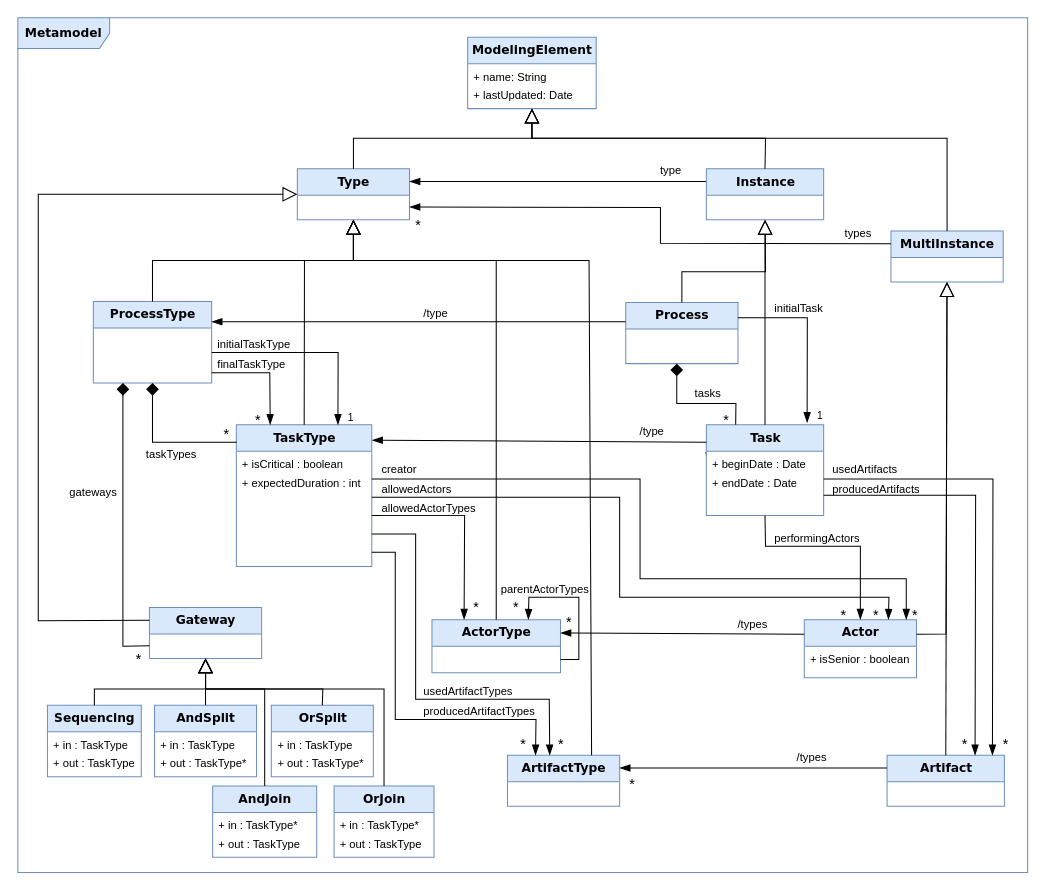
Before: Figures/Metamodel.drawio in labsticc-p4s/multi-process-challenge, a draw.io diagram. Source tidied: cells renumbered, new cells numbered last; positions are measured from the earlier drawing's top-left corner, leaving out a move shared by most shapes. Both pictures are drawn from the tidied source at 102%, with x=0, y=0 at pixel (17, 17).
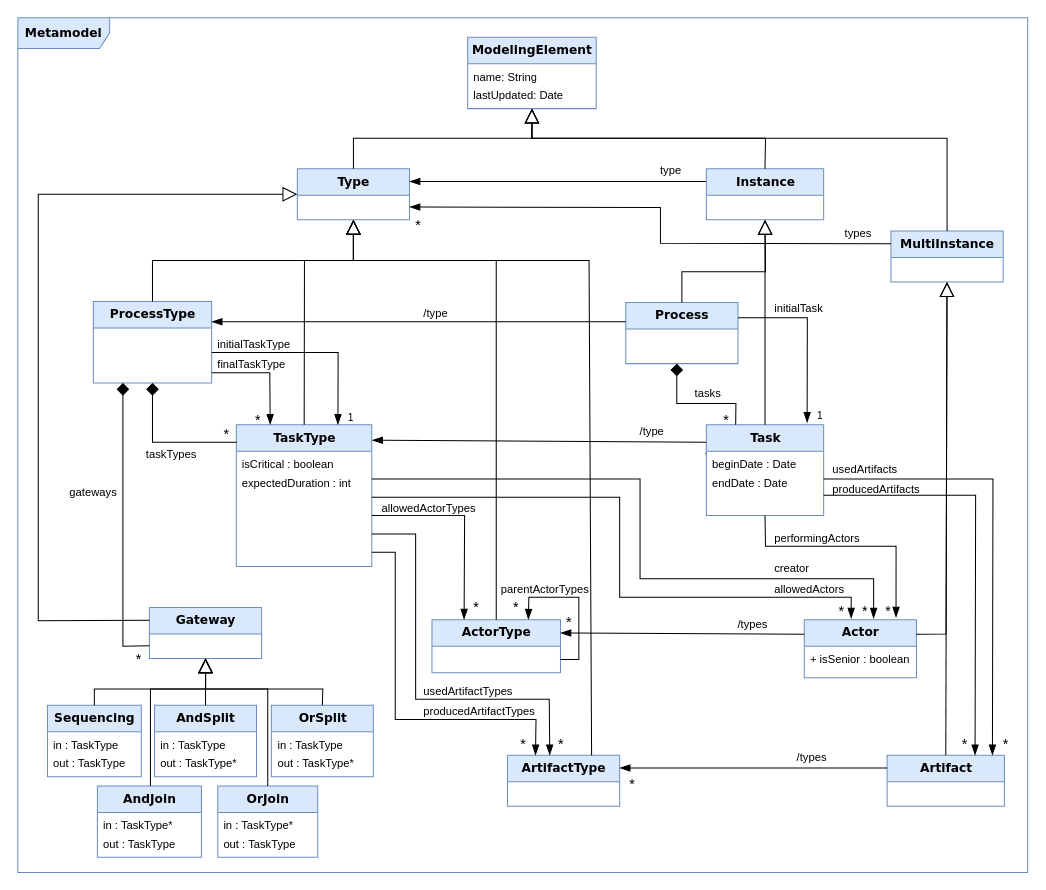
After the change.

Commit message (it also covers changes not shown here):
des retouches graphiques

Unchanged cells that the change refers to:
```xml
<mxCell id="12" value="&lt;font style=&quot;font-size: 12px&quot;&gt;&lt;b&gt;ModelingElement&lt;/b&gt;&lt;/font&gt;" style="swimlane;html=1;fontStyle=0;horizontal=1;startSize=26;fillColor=#dae8fc;swimlaneFillColor=#ffffff;rounded=0;shadow=0;comic=0;labelBackgroundColor=none;strokeWidth=1;fontFamily=Verdana;fontSize=10;align=center;strokeColor=#6c8ebf;" parent="1" vertex="1">
  <mxGeometry x="441" y="19" width="126" height="70" as="geometry" />
</mxCell>
<mxCell id="27" value="&lt;font style=&quot;font-size: 12px&quot;&gt;&lt;b&gt;TaskType&lt;/b&gt;&lt;/font&gt;" style="swimlane;html=1;fontStyle=0;horizontal=1;startSize=26;fillColor=#dae8fc;swimlaneFillColor=#ffffff;rounded=0;shadow=0;comic=0;labelBackgroundColor=none;strokeWidth=1;fontFamily=Verdana;fontSize=10;align=center;strokeColor=#6c8ebf;" parent="1" vertex="1">
  <mxGeometry x="214.2" y="399" width="132.8" height="139" as="geometry" />
</mxCell>
<mxCell id="31" value="&lt;font style=&quot;font-size: 12px&quot;&gt;&lt;b&gt;Gateway&lt;/b&gt;&lt;/font&gt;" style="swimlane;html=1;fontStyle=0;horizontal=1;startSize=26;fillColor=#dae8fc;swimlaneFillColor=#ffffff;rounded=0;shadow=0;comic=0;labelBackgroundColor=none;strokeWidth=1;fontFamily=Verdana;fontSize=10;align=center;strokeColor=#6c8ebf;" parent="1" vertex="1">
  <mxGeometry x="129" y="578" width="110" height="50" as="geometry" />
</mxCell>
<mxCell id="43" value="&lt;font style=&quot;font-size: 12px&quot;&gt;&lt;b&gt;Task&lt;/b&gt;&lt;/font&gt;" style="swimlane;html=1;fontStyle=0;horizontal=1;startSize=26;fillColor=#dae8fc;swimlaneFillColor=#ffffff;rounded=0;shadow=0;comic=0;labelBackgroundColor=none;strokeWidth=1;fontFamily=Verdana;fontSize=10;align=center;strokeColor=#6c8ebf;" parent="1" vertex="1">
  <mxGeometry x="675" y="399" width="115" height="89" as="geometry" />
</mxCell>
<mxCell id="50" value="&lt;font style=&quot;font-size: 12px&quot;&gt;&lt;b&gt;Actor&lt;/b&gt;&lt;/font&gt;" style="swimlane;html=1;fontStyle=0;horizontal=1;startSize=26;fillColor=#dae8fc;swimlaneFillColor=#ffffff;rounded=0;shadow=0;comic=0;labelBackgroundColor=none;strokeWidth=1;fontFamily=Verdana;fontSize=10;align=center;strokeColor=#6c8ebf;" parent="1" vertex="1">
  <mxGeometry x="771" y="590" width="110" height="57" as="geometry" />
</mxCell>
<mxCell id="61" value="&lt;font style=&quot;font-size: 12px&quot;&gt;&lt;b&gt;Sequencing&lt;/b&gt;&lt;/font&gt;" style="swimlane;html=1;fontStyle=0;horizontal=1;startSize=26;fillColor=#dae8fc;swimlaneFillColor=#ffffff;rounded=0;shadow=0;comic=0;labelBackgroundColor=none;strokeWidth=1;fontFamily=Verdana;fontSize=10;align=center;strokeColor=#6c8ebf;" parent="1" vertex="1">
  <mxGeometry x="29" y="674" width="92" height="70" as="geometry" />
</mxCell>
<mxCell id="64" value="&lt;font style=&quot;font-size: 12px&quot;&gt;&lt;b&gt;AndSplit&lt;/b&gt;&lt;/font&gt;" style="swimlane;html=1;fontStyle=0;horizontal=1;startSize=26;fillColor=#dae8fc;swimlaneFillColor=#ffffff;rounded=0;shadow=0;comic=0;labelBackgroundColor=none;strokeWidth=1;fontFamily=Verdana;fontSize=10;align=center;strokeColor=#6c8ebf;" parent="1" vertex="1">
  <mxGeometry x="134" y="674" width="100" height="70" as="geometry" />
</mxCell>
<mxCell id="67" value="&lt;font style=&quot;font-size: 12px&quot;&gt;&lt;b&gt;OrSplit&lt;/b&gt;&lt;/font&gt;" style="swimlane;html=1;fontStyle=0;horizontal=1;startSize=26;fillColor=#dae8fc;swimlaneFillColor=#ffffff;rounded=0;shadow=0;comic=0;labelBackgroundColor=none;strokeWidth=1;fontFamily=Verdana;fontSize=10;align=center;strokeColor=#6c8ebf;" parent="1" vertex="1">
  <mxGeometry x="248.5" y="674" width="100" height="70" as="geometry" />
</mxCell>
```

The edit, as a diff of the source:
```diff
@@
     <mxCell id="3" value="&lt;font style=&quot;font-size: 14px&quot;&gt;*&lt;/font&gt;" style="edgeLabel;html=1;align=left;verticalAlign=bottom;" parent="1" vertex="1">
-      <mxGeometry x="801" y="611" as="geometry">
+      <mxGeometry x="799" y="607" as="geometry">
         <mxPoint x="4" y="-15" as="offset" />
       </mxGeometry>
     </mxCell>
     <mxCell id="4" value="&lt;font style=&quot;font-size: 14px&quot;&gt;*&lt;/font&gt;" style="edgeLabel;html=1;align=left;verticalAlign=bottom;" parent="1" vertex="1">
-      <mxGeometry x="833.2" y="611" as="geometry">
-        <mxPoint x="4" y="-15" as="offset" />
+      <mxGeometry x="756.2" y="685" as="geometry">
+        <mxPoint x="70" y="-93" as="offset" />
       </mxGeometry>
     </mxCell>
     <mxCell id="5" value="&lt;font style=&quot;font-size: 14px&quot;&gt;*&lt;/font&gt;" style="edgeLabel;html=1;align=left;verticalAlign=bottom;" parent="1" vertex="1">
-      <mxGeometry x="871" y="611" as="geometry">
+      <mxGeometry x="845" y="607" as="geometry">
         <mxPoint x="4" y="-15" as="offset" />
       </mxGeometry>
     </mxCell>
@@
-    <mxCell id="13" value="+ name: String" style="text;html=1;strokeColor=none;fillColor=none;align=left;verticalAlign=top;spacingLeft=4;spacingRight=4;whiteSpace=wrap;overflow=hidden;fontSize=11;" parent="12" vertex="1">
+    <mxCell id="13" value="name: String" style="text;html=1;strokeColor=none;fillColor=none;align=left;verticalAlign=top;spacingLeft=4;spacingRight=4;whiteSpace=wrap;overflow=hidden;fontSize=11;" parent="12" vertex="1">
       <mxGeometry y="26" width="126" height="18" as="geometry" />
     </mxCell>
-    <mxCell id="14" value="+ lastUpdated: Date" style="text;html=1;strokeColor=none;fillColor=none;align=left;verticalAlign=top;spacingLeft=4;spacingRight=4;whiteSpace=wrap;overflow=hidden;fontSize=11;" parent="12" vertex="1">
+    <mxCell id="14" value="lastUpdated: Date" style="text;html=1;strokeColor=none;fillColor=none;align=left;verticalAlign=top;spacingLeft=4;spacingRight=4;whiteSpace=wrap;overflow=hidden;fontSize=11;" parent="12" vertex="1">
       <mxGeometry y="44" width="126" height="18" as="geometry" />
     </mxCell>
@@
-    <mxCell id="28" value="+ isCritical : boolean" style="text;html=1;strokeColor=none;fillColor=none;align=left;verticalAlign=top;spacingLeft=4;spacingRight=4;whiteSpace=wrap;overflow=hidden;fontSize=11;" parent="27" vertex="1">
+    <mxCell id="28" value="isCritical : boolean" style="text;html=1;strokeColor=none;fillColor=none;align=left;verticalAlign=top;spacingLeft=4;spacingRight=4;whiteSpace=wrap;overflow=hidden;fontSize=11;" parent="27" vertex="1">
       <mxGeometry y="26" width="132.8" height="18" as="geometry" />
     </mxCell>
-    <mxCell id="29" value="+ expectedDuration : int" style="text;html=1;strokeColor=none;fillColor=none;align=left;verticalAlign=top;spacingLeft=4;spacingRight=4;whiteSpace=wrap;overflow=hidden;fontSize=11;" parent="27" vertex="1">
+    <mxCell id="29" value="expectedDuration : int" style="text;html=1;strokeColor=none;fillColor=none;align=left;verticalAlign=top;spacingLeft=4;spacingRight=4;whiteSpace=wrap;overflow=hidden;fontSize=11;" parent="27" vertex="1">
       <mxGeometry y="44" width="132.8" height="18" as="geometry" />
     </mxCell>
@@
-    <mxCell id="44" value="+ beginDate : Date" style="text;html=1;strokeColor=none;fillColor=none;align=left;verticalAlign=top;spacingLeft=4;spacingRight=4;whiteSpace=wrap;overflow=hidden;fontSize=11;" parent="43" vertex="1">
+    <mxCell id="44" value="beginDate : Date" style="text;html=1;strokeColor=none;fillColor=none;align=left;verticalAlign=top;spacingLeft=4;spacingRight=4;whiteSpace=wrap;overflow=hidden;fontSize=11;" parent="43" vertex="1">
       <mxGeometry y="26" width="115" height="18" as="geometry" />
     </mxCell>
-    <mxCell id="45" value="+ endDate : Date" style="text;html=1;strokeColor=none;fillColor=none;align=left;verticalAlign=top;spacingLeft=4;spacingRight=4;whiteSpace=wrap;overflow=hidden;points=[[0,0.5],[1,0.5]];portConstraint=eastwest;fontSize=11;" parent="43" vertex="1">
+    <mxCell id="45" value="endDate : Date" style="text;html=1;strokeColor=none;fillColor=none;align=left;verticalAlign=top;spacingLeft=4;spacingRight=4;whiteSpace=wrap;overflow=hidden;points=[[0,0.5],[1,0.5]];portConstraint=eastwest;fontSize=11;" parent="43" vertex="1">
       <mxGeometry y="44" width="115" height="18" as="geometry" />
     </mxCell>
@@
-    <mxCell id="62" value="&lt;div&gt;+ in : TaskType&lt;/div&gt;" style="text;html=1;strokeColor=none;fillColor=none;align=left;verticalAlign=top;spacingLeft=4;spacingRight=4;whiteSpace=wrap;overflow=hidden;fontSize=11;" parent="61" vertex="1">
+    <mxCell id="62" value="&lt;div&gt;in : TaskType&lt;/div&gt;" style="text;html=1;strokeColor=none;fillColor=none;align=left;verticalAlign=top;spacingLeft=4;spacingRight=4;whiteSpace=wrap;overflow=hidden;fontSize=11;" parent="61" vertex="1">
       <mxGeometry y="26" width="92" height="18" as="geometry" />
     </mxCell>
-    <mxCell id="63" value="+ out : TaskType" style="text;html=1;strokeColor=none;fillColor=none;align=left;verticalAlign=top;spacingLeft=4;spacingRight=4;whiteSpace=wrap;overflow=hidden;fontSize=11;" parent="61" vertex="1">
+    <mxCell id="63" value="out : TaskType" style="text;html=1;strokeColor=none;fillColor=none;align=left;verticalAlign=top;spacingLeft=4;spacingRight=4;whiteSpace=wrap;overflow=hidden;fontSize=11;" parent="61" vertex="1">
       <mxGeometry y="44" width="92" height="18" as="geometry" />
     </mxCell>
@@
-    <mxCell id="65" value="+ in : TaskType" style="text;html=1;strokeColor=none;fillColor=none;align=left;verticalAlign=top;spacingLeft=4;spacingRight=4;whiteSpace=wrap;overflow=hidden;fontSize=11;" parent="64" vertex="1">
+    <mxCell id="65" value="in : TaskType" style="text;html=1;strokeColor=none;fillColor=none;align=left;verticalAlign=top;spacingLeft=4;spacingRight=4;whiteSpace=wrap;overflow=hidden;fontSize=11;" parent="64" vertex="1">
       <mxGeometry y="26" width="100" height="18" as="geometry" />
     </mxCell>
-    <mxCell id="66" value="+ out : TaskType*" style="text;html=1;strokeColor=none;fillColor=none;align=left;verticalAlign=top;spacingLeft=4;spacingRight=4;whiteSpace=wrap;overflow=hidden;fontSize=11;" parent="64" vertex="1">
+    <mxCell id="66" value="out : TaskType*" style="text;html=1;strokeColor=none;fillColor=none;align=left;verticalAlign=top;spacingLeft=4;spacingRight=4;whiteSpace=wrap;overflow=hidden;fontSize=11;" parent="64" vertex="1">
       <mxGeometry y="44" width="100" height="18" as="geometry" />
     </mxCell>
@@
-    <mxCell id="68" value="+ in : TaskType" style="text;html=1;strokeColor=none;fillColor=none;align=left;verticalAlign=top;spacingLeft=4;spacingRight=4;whiteSpace=wrap;overflow=hidden;fontSize=11;" parent="67" vertex="1">
+    <mxCell id="68" value="in : TaskType" style="text;html=1;strokeColor=none;fillColor=none;align=left;verticalAlign=top;spacingLeft=4;spacingRight=4;whiteSpace=wrap;overflow=hidden;fontSize=11;" parent="67" vertex="1">
       <mxGeometry y="26" width="100" height="18" as="geometry" />
     </mxCell>
-    <mxCell id="69" value="+ out : TaskType*" style="text;html=1;strokeColor=none;fillColor=none;align=left;verticalAlign=top;spacingLeft=4;spacingRight=4;whiteSpace=wrap;overflow=hidden;fontSize=11;" parent="67" vertex="1">
+    <mxCell id="69" value="out : TaskType*" style="text;html=1;strokeColor=none;fillColor=none;align=left;verticalAlign=top;spacingLeft=4;spacingRight=4;whiteSpace=wrap;overflow=hidden;fontSize=11;" parent="67" vertex="1">
       <mxGeometry y="44" width="100" height="18" as="geometry" />
     </mxCell>
     <mxCell id="70" value="&lt;font style=&quot;font-size: 12px&quot;&gt;&lt;b&gt;AndJoin&lt;/b&gt;&lt;/font&gt;" style="swimlane;html=1;fontStyle=0;horizontal=1;startSize=26;fillColor=#dae8fc;swimlaneFillColor=#ffffff;rounded=0;shadow=0;comic=0;labelBackgroundColor=none;strokeWidth=1;fontFamily=Verdana;fontSize=10;align=center;strokeColor=#6c8ebf;" parent="1" vertex="1">
-      <mxGeometry x="191" y="753" width="102" height="70" as="geometry" />
+      <mxGeometry x="78" y="753" width="102" height="70" as="geometry" />
     </mxCell>
-    <mxCell id="71" value="+ in : TaskType*" style="text;html=1;strokeColor=none;fillColor=none;align=left;verticalAlign=top;spacingLeft=4;spacingRight=4;whiteSpace=wrap;overflow=hidden;fontSize=11;" parent="70" vertex="1">
+    <mxCell id="71" value="in : TaskType*" style="text;html=1;strokeColor=none;fillColor=none;align=left;verticalAlign=top;spacingLeft=4;spacingRight=4;whiteSpace=wrap;overflow=hidden;fontSize=11;" parent="70" vertex="1">
       <mxGeometry y="26" width="102" height="18" as="geometry" />
     </mxCell>
-    <mxCell id="72" value="&lt;div&gt;+ out : TaskType&lt;/div&gt;&lt;div&gt;&lt;br&gt;&lt;/div&gt;" style="text;html=1;strokeColor=none;fillColor=none;align=left;verticalAlign=top;spacingLeft=4;spacingRight=4;whiteSpace=wrap;overflow=hidden;fontSize=11;" parent="70" vertex="1">
+    <mxCell id="72" value="&lt;div&gt;out : TaskType&lt;/div&gt;&lt;div&gt;&lt;br&gt;&lt;/div&gt;" style="text;html=1;strokeColor=none;fillColor=none;align=left;verticalAlign=top;spacingLeft=4;spacingRight=4;whiteSpace=wrap;overflow=hidden;fontSize=11;" parent="70" vertex="1">
       <mxGeometry y="44" width="102" height="18" as="geometry" />
     </mxCell>
     <mxCell id="73" value="&lt;font style=&quot;font-size: 12px&quot;&gt;&lt;b&gt;OrJoin&lt;/b&gt;&lt;/font&gt;" style="swimlane;html=1;fontStyle=0;horizontal=1;startSize=26;fillColor=#dae8fc;swimlaneFillColor=#ffffff;rounded=0;shadow=0;comic=0;labelBackgroundColor=none;strokeWidth=1;fontFamily=Verdana;fontSize=10;align=center;strokeColor=#6c8ebf;" parent="1" vertex="1">
-      <mxGeometry x="310" y="753" width="98" height="70" as="geometry" />
+      <mxGeometry x="196" y="753" width="98" height="70" as="geometry" />
     </mxCell>
-    <mxCell id="74" value="+ in : TaskType*" style="text;html=1;strokeColor=none;fillColor=none;align=left;verticalAlign=top;spacingLeft=4;spacingRight=4;whiteSpace=wrap;overflow=hidden;fontSize=11;" parent="73" vertex="1">
+    <mxCell id="74" value="in : TaskType*" style="text;html=1;strokeColor=none;fillColor=none;align=left;verticalAlign=top;spacingLeft=4;spacingRight=4;whiteSpace=wrap;overflow=hidden;fontSize=11;" parent="73" vertex="1">
       <mxGeometry y="26" width="98" height="18" as="geometry" />
     </mxCell>
-    <mxCell id="75" value="&lt;div&gt;+ out : TaskType&lt;/div&gt;&lt;div&gt;&lt;br&gt;&lt;/div&gt;" style="text;html=1;strokeColor=none;fillColor=none;align=left;verticalAlign=top;spacingLeft=4;spacingRight=4;whiteSpace=wrap;overflow=hidden;fontSize=11;" parent="73" vertex="1">
+    <mxCell id="75" value="&lt;div&gt;out : TaskType&lt;/div&gt;&lt;div&gt;&lt;br&gt;&lt;/div&gt;" style="text;html=1;strokeColor=none;fillColor=none;align=left;verticalAlign=top;spacingLeft=4;spacingRight=4;whiteSpace=wrap;overflow=hidden;fontSize=11;" parent="73" vertex="1">
       <mxGeometry y="44" width="98" height="18" as="geometry" />
     </mxCell>
@@
-    <mxCell id="79" style="endArrow=block;endSize=12;endFill=0;html=1;rounded=0;" parent="1" edge="1" source="70" target="31">
+    <mxCell id="79" style="endArrow=block;endSize=12;endFill=0;html=1;rounded=0;" parent="1" edge="1">
       <mxGeometry relative="1" as="geometry">
+        <mxPoint x="130" y="753" as="sourcePoint" />
+        <mxPoint x="184" y="628" as="targetPoint" />
         <Array as="points">
-          <mxPoint x="242" y="658" />
+          <mxPoint x="130" y="658" />
           <mxPoint x="184" y="658" />
         </Array>
       </mxGeometry>
     </mxCell>
     <mxCell id="80" style="endArrow=block;endSize=12;endFill=0;html=1;rounded=0;exitX=0.5;exitY=0;exitDx=0;exitDy=0;" parent="1" edge="1" source="73" target="31">
       <mxGeometry relative="1" as="geometry">
         <Array as="points">
-          <mxPoint x="359" y="658" />
-          <mxPoint x="327" y="658" />
+          <mxPoint x="245" y="658" />
           <mxPoint x="184" y="658" />
         </Array>
       </mxGeometry>
     </mxCell>
-    <mxCell id="81" style="edgeStyle=none;rounded=0;jettySize=auto;html=1;exitX=1;exitY=0.5;exitDx=0;exitDy=0;endArrow=blockThin;endFill=1;endSize=8;entryX=0.909;entryY=0;entryDx=0;entryDy=0;entryPerimeter=0;" parent="1" edge="1" target="50">
+    <mxCell id="81" style="edgeStyle=none;rounded=0;orthogonalLoop=1;jettySize=auto;html=1;exitX=1;exitY=0.5;exitDx=0;exitDy=0;endArrow=blockThin;endFill=1;endSize=8;" parent="1" edge="1">
       <mxGeometry relative="1" as="geometry">
         <mxPoint x="347" y="452" as="sourcePoint" />
+        <mxPoint x="839" y="589" as="targetPoint" />
         <Array as="points">
           <mxPoint x="610" y="452" />
           <mxPoint x="610" y="550" />
-          <mxPoint x="871" y="550" />
+          <mxPoint x="839" y="550" />
         </Array>
       </mxGeometry>
     </mxCell>
@@
-    <mxCell id="86" style="edgeStyle=none;rounded=0;jettySize=auto;html=1;endArrow=blockThin;endFill=1;endSize=8;entryX=0.75;entryY=0;entryDx=0;entryDy=0;" parent="1" edge="1" target="50">
+    <mxCell id="86" style="edgeStyle=none;rounded=0;jettySize=auto;html=1;endArrow=blockThin;endFill=1;endSize=8;entryX=0.418;entryY=-0.018;entryDx=0;entryDy=0;entryPerimeter=0;" parent="1" edge="1" target="50">
       <mxGeometry relative="1" as="geometry">
         <mxPoint x="347" y="470" as="sourcePoint" />
         <Array as="points">
           <mxPoint x="590" y="470" />
           <mxPoint x="590" y="568" />
-          <mxPoint x="854" y="568" />
+          <mxPoint x="817" y="568" />
         </Array>
       </mxGeometry>
     </mxCell>
@@
-    <mxCell id="89" style="edgeStyle=none;rounded=0;jettySize=auto;html=1;endArrow=blockThin;endFill=1;endSize=8;exitX=0.5;exitY=1;exitDx=0;exitDy=0;entryX=0.5;entryY=0;entryDx=0;entryDy=0;" parent="1" edge="1" source="43" target="50">
+    <mxCell id="89" style="edgeStyle=none;rounded=0;jettySize=auto;html=1;endArrow=blockThin;endFill=1;endSize=8;exitX=0.5;exitY=1;exitDx=0;exitDy=0;entryX=0.818;entryY=-0.035;entryDx=0;entryDy=0;entryPerimeter=0;" parent="1" edge="1" source="43" target="50">
       <mxGeometry relative="1" as="geometry">
         <Array as="points">
           <mxPoint x="733" y="518" />
-          <mxPoint x="826" y="518" />
+          <mxPoint x="861" y="518" />
         </Array>
       </mxGeometry>
     </mxCell>
@@
     <mxCell id="105" value="creator" style="edgeLabel;html=1;align=left;verticalAlign=bottom;" parent="1" vertex="1">
-      <mxGeometry x="355" y="451" as="geometry" />
+      <mxGeometry x="740" y="548" as="geometry" />
     </mxCell>
     <mxCell id="106" value="allowedActors" style="edgeLabel;html=1;align=left;verticalAlign=bottom;" parent="1" vertex="1">
-      <mxGeometry x="355" y="470" as="geometry" />
+      <mxGeometry x="740" y="568" as="geometry" />
     </mxCell>
```
